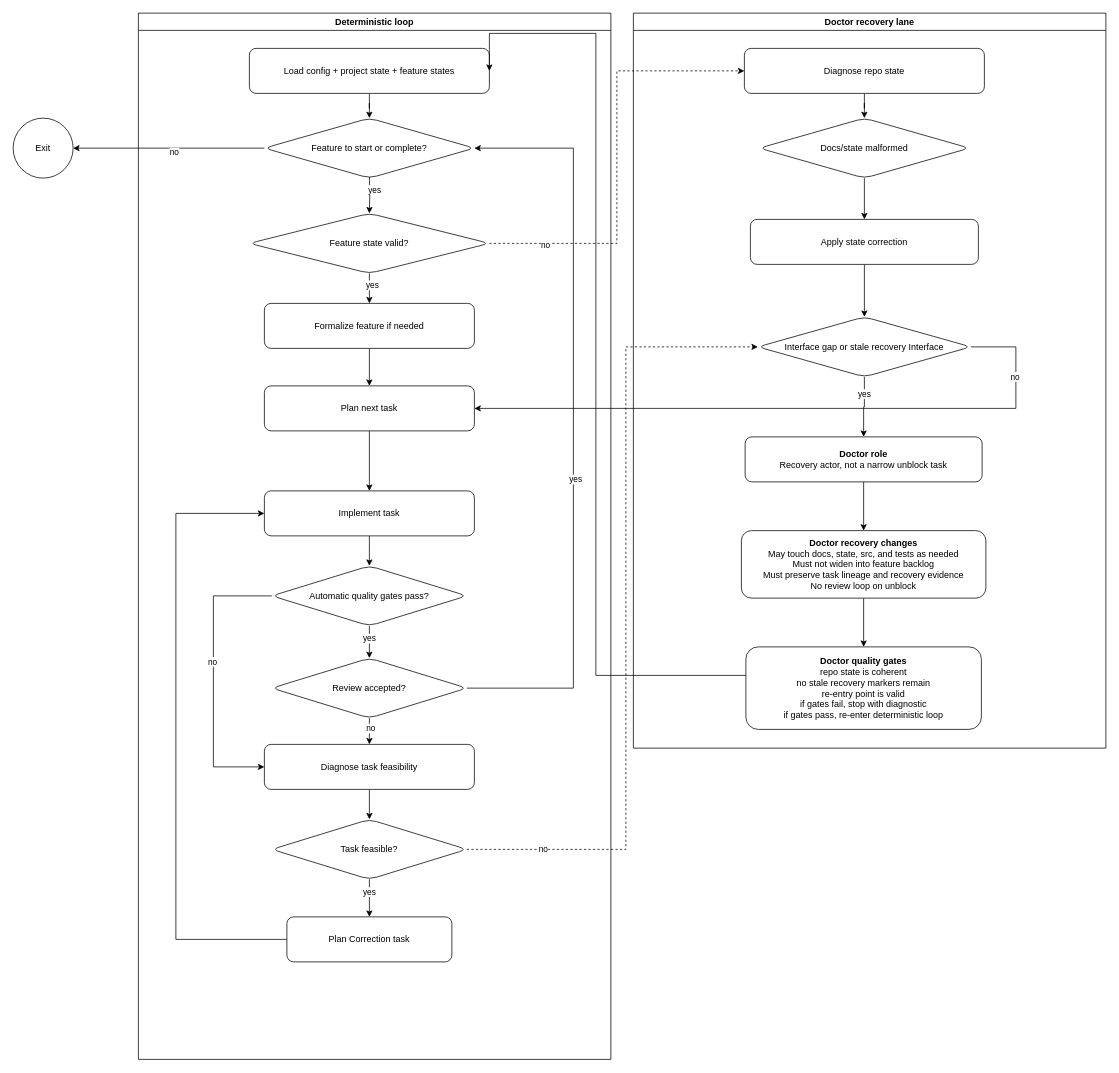
Earlier version of the draw.io diagram docs/runtime.drawio (dragaminas/CompassRose). Source tidied: cells renumbered, new cells numbered last; positions are measured from the earlier drawing's top-left corner, leaving out a move shared by most shapes. Both pictures are drawn from the tidied source at 75%, with x=0, y=0 at pixel (13, 13).
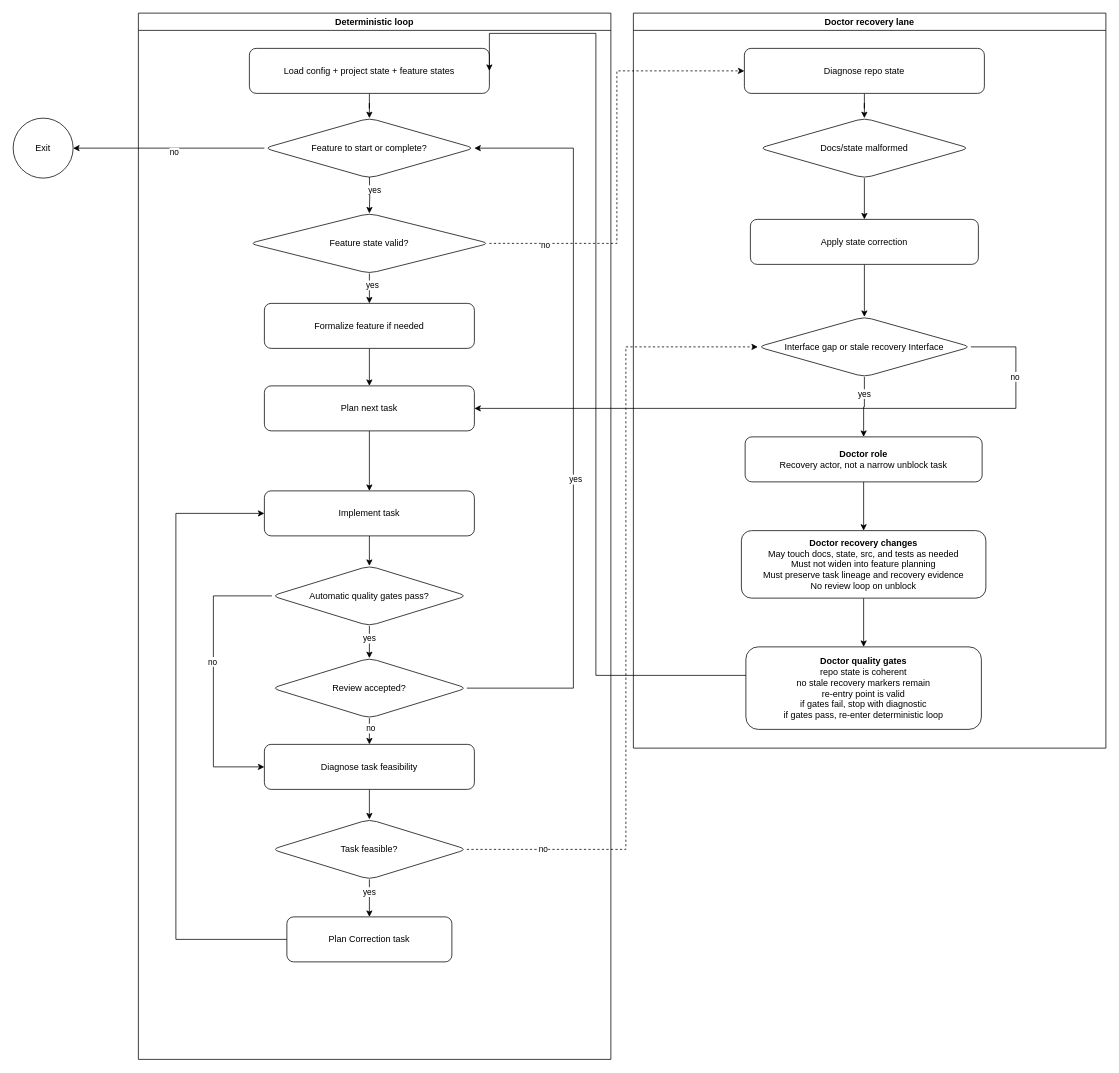
The same page after the edit.

The change refers to these unchanged cells:
```xml
<mxCell id="37" value="Doctor recovery lane" style="swimlane;whiteSpace=wrap;html=1;" parent="1" vertex="1">
  <mxGeometry x="827" width="630" height="980" as="geometry" />
</mxCell>
```

Diff of the diagram source:
```diff
@@
-    <mxCell id="50" value="&lt;b&gt;Doctor recovery changes&lt;/b&gt;&lt;div&gt;May touch docs, state, src, and tests as needed&lt;/div&gt;&lt;div&gt;Must not widen into feature backlog&lt;/div&gt;&lt;div&gt;Must preserve task lineage and recovery evidence&lt;/div&gt;&lt;div&gt;No review loop on unblock&lt;/div&gt;" style="whiteSpace=wrap;html=1;rounded=1;" parent="37" vertex="1">
+    <mxCell id="50" value="&lt;b&gt;Doctor recovery changes&lt;/b&gt;&lt;div&gt;May touch docs, state, src, and tests as needed&lt;/div&gt;&lt;div&gt;Must not widen into feature planning&lt;/div&gt;&lt;div&gt;Must preserve task lineage and recovery evidence&lt;/div&gt;&lt;div&gt;No review loop on unblock&lt;/div&gt;" style="whiteSpace=wrap;html=1;rounded=1;" parent="37" vertex="1">
       <mxGeometry x="144" y="690" width="326" height="90" as="geometry" />
     </mxCell>
```
